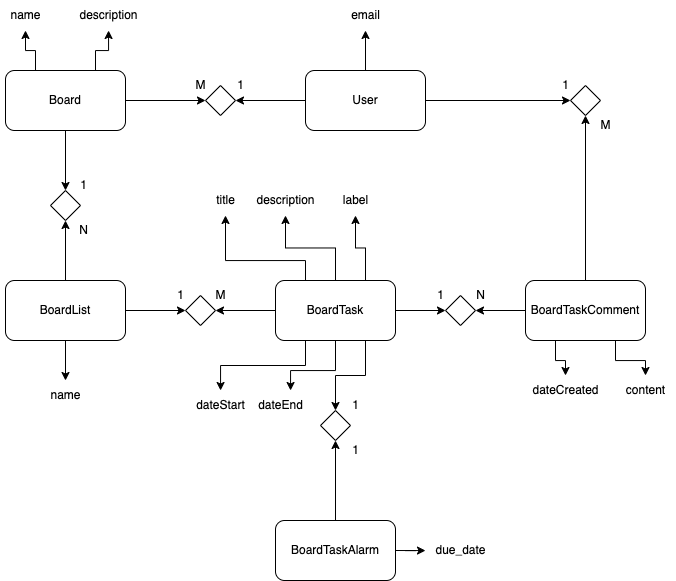
Earlier version of the draw.io export assets/images/architecture.png (arutkayb/flutter_todo). Source tidied: cells renumbered, new cells last; positions are measured from the earlier drawing's top-left corner, leaving out a move shared by most shapes.
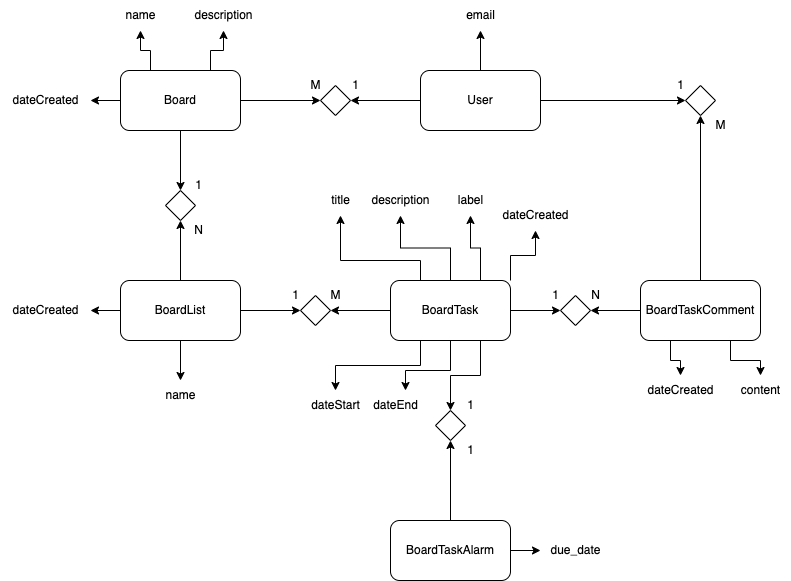
The same diagram one commit later.

The edit, as a diff of the source:
```diff
@@ -14,6 +14,9 @@
     <mxCell id="5" style="edgeStyle=orthogonalEdgeStyle;rounded=0;jettySize=auto;html=1;exitX=1;exitY=0.5;exitDx=0;exitDy=0;entryX=0;entryY=0.5;entryDx=0;entryDy=0;" parent="1" edge="1" source="6" target="46">
       <mxGeometry relative="1" as="geometry" />
     </mxCell>
+    <mxCell id="62" style="edgeStyle=orthogonalEdgeStyle;rounded=0;jettySize=auto;html=1;exitX=0;exitY=0.5;exitDx=0;exitDy=0;" parent="1" edge="1" source="6" target="65">
+      <mxGeometry relative="1" as="geometry" />
+    </mxCell>
     <mxCell id="6" value="Board" style="rounded=1;whiteSpace=wrap;html=1;" parent="1" vertex="1">
       <mxGeometry x="5" y="70" width="120" height="60" as="geometry" />
     </mxCell>
@@ -26,6 +29,9 @@
     <mxCell id="9" style="edgeStyle=orthogonalEdgeStyle;rounded=0;jettySize=auto;html=1;exitX=0.5;exitY=1;exitDx=0;exitDy=0;" parent="1" edge="1" source="10" target="36">
       <mxGeometry relative="1" as="geometry" />
     </mxCell>
+    <mxCell id="63" style="edgeStyle=orthogonalEdgeStyle;rounded=0;jettySize=auto;html=1;exitX=0;exitY=0.5;exitDx=0;exitDy=0;" parent="1" edge="1" source="10" target="66">
+      <mxGeometry relative="1" as="geometry" />
+    </mxCell>
     <mxCell id="10" value="BoardList" style="rounded=1;whiteSpace=wrap;html=1;" parent="1" vertex="1">
       <mxGeometry x="5" y="280" width="120" height="60" as="geometry" />
     </mxCell>
@@ -63,6 +69,9 @@
         </Array>
       </mxGeometry>
     </mxCell>
+    <mxCell id="64" style="edgeStyle=orthogonalEdgeStyle;rounded=0;jettySize=auto;html=1;exitX=1;exitY=0;exitDx=0;exitDy=0;" parent="1" edge="1" source="19" target="67">
+      <mxGeometry relative="1" as="geometry" />
+    </mxCell>
     <mxCell id="19" value="BoardTask" style="rounded=1;whiteSpace=wrap;html=1;" parent="1" vertex="1">
       <mxGeometry x="275" y="280" width="120" height="60" as="geometry" />
     </mxCell>
@@ -192,5 +201,14 @@
     <mxCell id="61" value="dateEnd" style="text;html=1;align=center;verticalAlign=middle;points=[];strokeColor=none;fillColor=none;" parent="1" vertex="1">
       <mxGeometry x="245" y="390" width="70" height="30" as="geometry" />
     </mxCell>
+    <mxCell id="65" value="dateCreated" style="text;html=1;align=center;verticalAlign=middle;points=[];strokeColor=none;fillColor=none;" parent="1" vertex="1">
+      <mxGeometry x="-115" y="85" width="90" height="30" as="geometry" />
+    </mxCell>
+    <mxCell id="66" value="dateCreated" style="text;html=1;align=center;verticalAlign=middle;points=[];strokeColor=none;fillColor=none;" parent="1" vertex="1">
+      <mxGeometry x="-115" y="295" width="90" height="30" as="geometry" />
+    </mxCell>
+    <mxCell id="67" value="dateCreated" style="text;html=1;align=center;verticalAlign=middle;points=[];strokeColor=none;fillColor=none;" parent="1" vertex="1">
+      <mxGeometry x="375" y="200" width="90" height="30" as="geometry" />
+    </mxCell>
   </root>
 </mxGraphModel>
```
